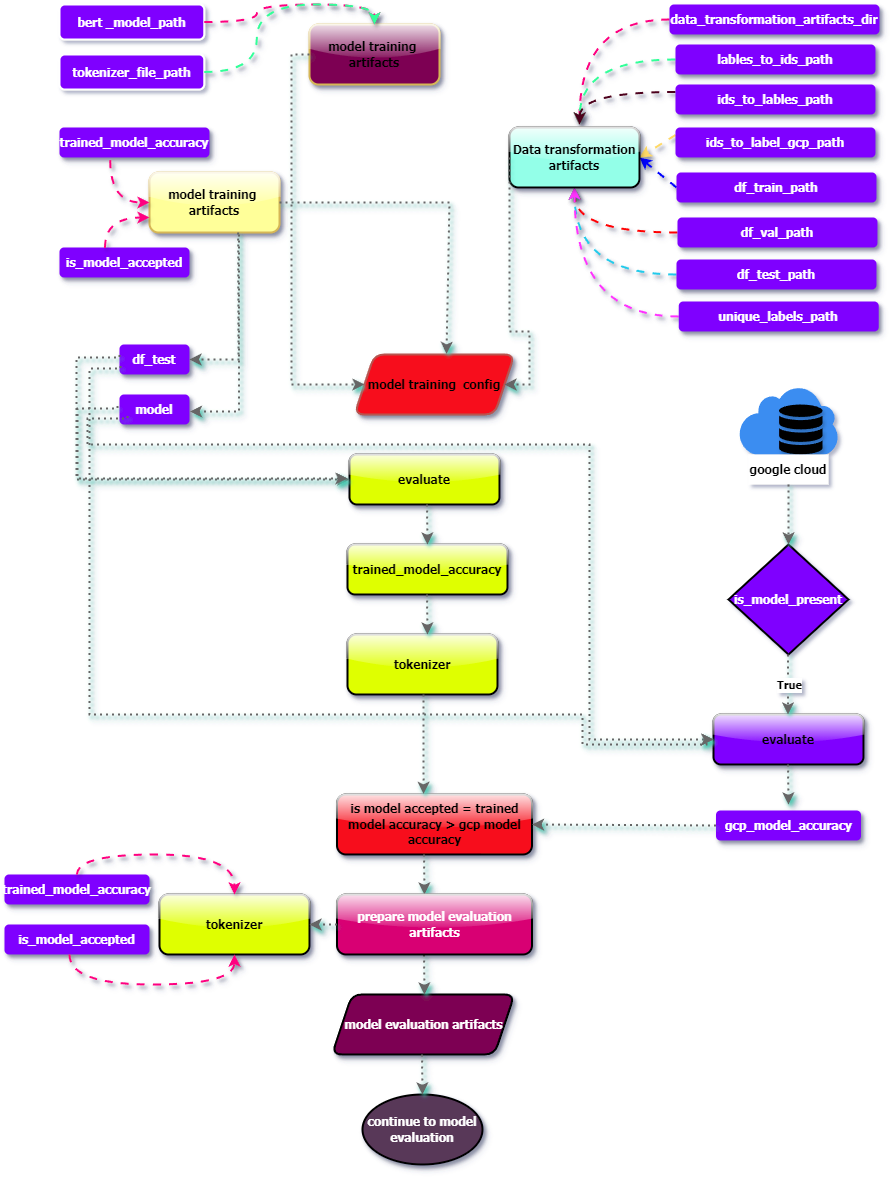
The draw.io diagram flow_charts/model_evaluation.png in AIWalaBro/Named_Entity_Recognition, before a commit. Source tidied: cells renumbered, new cells last; positions are measured from the earlier drawing's top-left corner, leaving out a move shared by most shapes.
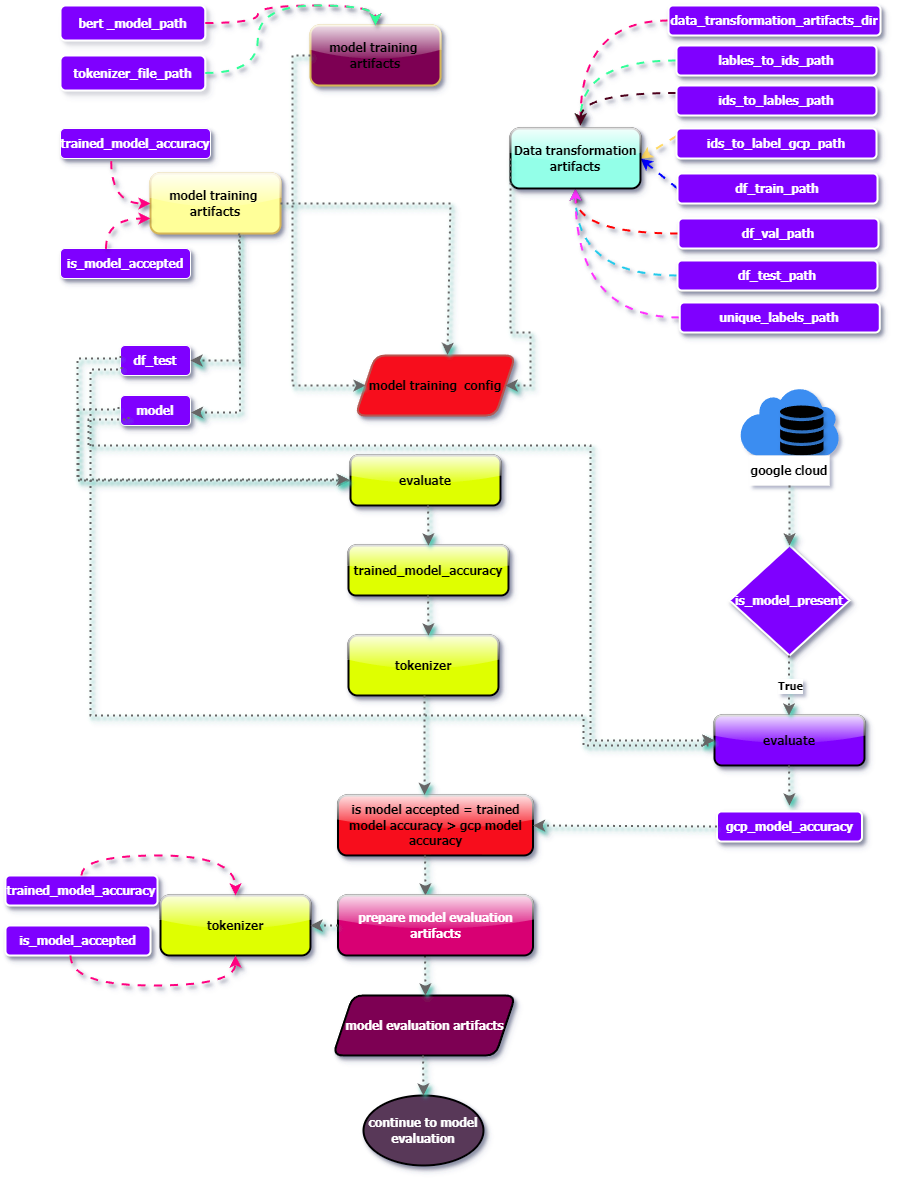
After the commit.

Diff of the diagram source:
```diff
@@ -2,10 +2,10 @@
   <root>
     <mxCell id="0" />
     <mxCell id="1" parent="0" />
-    <mxCell id="2" value="&lt;font face=&quot;Tahoma&quot; color=&quot;#ffffff&quot;&gt;&lt;b&gt;bert _model_path&lt;/b&gt;&lt;/font&gt;" style="rounded=1;whiteSpace=wrap;html=1;strokeWidth=2;fillColor=#7F00FF;strokeColor=#FFFFFF;" parent="1" vertex="1">
+    <mxCell id="2" value="&lt;font face=&quot;Tahoma&quot; color=&quot;#ffffff&quot;&gt;&lt;b&gt;bert _model_path&lt;/b&gt;&lt;/font&gt;" style="rounded=1;whiteSpace=wrap;html=1;strokeWidth=2;fillColor=#7F00FF;strokeColor=#FFFFFF;shadow=1;shadowColor=#FFFFFF;" parent="1" vertex="1">
       <mxGeometry x="55" width="144.8" height="35" as="geometry" />
     </mxCell>
-    <mxCell id="3" value="&lt;font face=&quot;Tahoma&quot; color=&quot;#ffffff&quot;&gt;&lt;b&gt;tokenizer_file_path&lt;/b&gt;&lt;/font&gt;" style="rounded=1;whiteSpace=wrap;html=1;strokeWidth=2;fillColor=#7F00FF;strokeColor=#FFFFFF;" parent="1" vertex="1">
+    <mxCell id="3" value="&lt;font face=&quot;Tahoma&quot; color=&quot;#ffffff&quot;&gt;&lt;b&gt;tokenizer_file_path&lt;/b&gt;&lt;/font&gt;" style="rounded=1;whiteSpace=wrap;html=1;strokeWidth=2;fillColor=#7F00FF;strokeColor=#FFFFFF;shadow=1;shadowColor=#FFFFFF;" parent="1" vertex="1">
       <mxGeometry x="55" y="50" width="144.8" height="35" as="geometry" />
     </mxCell>
     <mxCell id="4" value="&lt;span&gt;&lt;font style=&quot;&quot; face=&quot;Tahoma&quot;&gt;&lt;b&gt;model training&amp;nbsp; artifacts&lt;/b&gt;&lt;/font&gt;&lt;/span&gt;" style="rounded=1;whiteSpace=wrap;html=1;strokeWidth=2;fillColor=#7D0552;strokeColor=#d6b656;shadow=1;glass=1;" parent="1" vertex="1">
@@ -19,15 +19,15 @@
         <mxPoint x="575" y="120" as="targetPoint" />
       </mxGeometry>
     </mxCell>
-    <mxCell id="7" value="&lt;font color=&quot;#ffffff&quot;&gt;data_transformation_artifacts_dir&lt;/font&gt;" style="text;html=1;align=center;verticalAlign=middle;whiteSpace=wrap;rounded=1;fillColor=#7F00FF;shadow=1;glass=0;fontFamily=Tahoma;fontStyle=1;" parent="1" vertex="1">
-      <mxGeometry x="665" width="210" height="30" as="geometry" />
+    <mxCell id="7" value="&lt;font color=&quot;#ffffff&quot;&gt;data_transformation_artifacts_dir&lt;/font&gt;" style="text;html=1;align=center;verticalAlign=middle;whiteSpace=wrap;rounded=1;fillColor=#7F00FF;shadow=1;glass=0;fontFamily=Tahoma;fontStyle=1;shadowColor=#000000;strokeColor=#FFFFFF;strokeWidth=2;" parent="1" vertex="1">
+      <mxGeometry x="663" width="212" height="30" as="geometry" />
     </mxCell>
     <mxCell id="8" style="edgeStyle=orthogonalEdgeStyle;curved=1;rounded=0;jettySize=auto;html=1;exitX=0;exitY=0.5;exitDx=0;exitDy=0;strokeWidth=2;strokeColor=#33FF99;flowAnimation=1;shadow=1;" parent="1" edge="1" source="9">
       <mxGeometry relative="1" as="geometry">
         <mxPoint x="575" y="120" as="targetPoint" />
       </mxGeometry>
     </mxCell>
-    <mxCell id="9" value="&lt;font color=&quot;#ffffff&quot;&gt;lables_to_ids_path&lt;/font&gt;" style="text;html=1;align=center;verticalAlign=middle;whiteSpace=wrap;rounded=1;fillColor=#7F00FF;shadow=1;glass=0;fontFamily=Tahoma;fontStyle=1;" parent="1" vertex="1">
+    <mxCell id="9" value="&lt;font color=&quot;#ffffff&quot;&gt;lables_to_ids_path&lt;/font&gt;" style="text;html=1;align=center;verticalAlign=middle;whiteSpace=wrap;rounded=1;fillColor=#7F00FF;shadow=1;glass=0;fontFamily=Tahoma;fontStyle=1;shadowColor=#000000;strokeColor=#FFFFFF;strokeWidth=2;" parent="1" vertex="1">
       <mxGeometry x="671" y="40" width="200" height="30" as="geometry" />
     </mxCell>
     <mxCell id="10" style="edgeStyle=orthogonalEdgeStyle;curved=1;rounded=0;jettySize=auto;html=1;exitX=0;exitY=0.25;exitDx=0;exitDy=0;strokeWidth=2;strokeColor=#4D051C;flowAnimation=1;shadow=1;" parent="1" edge="1" source="11">
@@ -35,7 +35,7 @@
         <mxPoint x="575" y="120" as="targetPoint" />
       </mxGeometry>
     </mxCell>
-    <mxCell id="11" value="&lt;font color=&quot;#ffffff&quot;&gt;ids_to_lables_path&lt;/font&gt;" style="text;html=1;align=center;verticalAlign=middle;whiteSpace=wrap;rounded=1;fillColor=#7F00FF;shadow=1;glass=0;fontFamily=Tahoma;fontStyle=1;" parent="1" vertex="1">
+    <mxCell id="11" value="&lt;font color=&quot;#ffffff&quot;&gt;ids_to_lables_path&lt;/font&gt;" style="text;html=1;align=center;verticalAlign=middle;whiteSpace=wrap;rounded=1;fillColor=#7F00FF;shadow=1;glass=0;fontFamily=Tahoma;fontStyle=1;shadowColor=#000000;strokeColor=#FFFFFF;strokeWidth=2;" parent="1" vertex="1">
       <mxGeometry x="671" y="80" width="200" height="30" as="geometry" />
     </mxCell>
     <mxCell id="12" style="edgeStyle=none;rounded=0;jettySize=auto;html=1;exitX=0;exitY=0.25;exitDx=0;exitDy=0;entryX=1;entryY=0.5;entryDx=0;entryDy=0;strokeWidth=2;strokeColor=#FFD966;flowAnimation=1;shadow=1;" parent="1" edge="1" source="13">
@@ -43,7 +43,7 @@
         <mxPoint x="635" y="153" as="targetPoint" />
       </mxGeometry>
     </mxCell>
-    <mxCell id="13" value="&lt;font color=&quot;#ffffff&quot;&gt;ids_to_label_gcp_path&lt;/font&gt;" style="text;html=1;align=center;verticalAlign=middle;whiteSpace=wrap;rounded=1;fillColor=#7F00FF;shadow=1;glass=0;fontFamily=Tahoma;fontStyle=1;" parent="1" vertex="1">
+    <mxCell id="13" value="&lt;font color=&quot;#ffffff&quot;&gt;ids_to_label_gcp_path&lt;/font&gt;" style="text;html=1;align=center;verticalAlign=middle;whiteSpace=wrap;rounded=1;fillColor=#7F00FF;shadow=1;glass=0;fontFamily=Tahoma;fontStyle=1;shadowColor=#000000;strokeColor=#FFFFFF;strokeWidth=2;" parent="1" vertex="1">
       <mxGeometry x="671" y="123" width="200" height="30" as="geometry" />
     </mxCell>
     <mxCell id="14" style="edgeStyle=none;rounded=0;jettySize=auto;html=1;exitX=0;exitY=0.5;exitDx=0;exitDy=0;entryX=1;entryY=0.5;entryDx=0;entryDy=0;strokeWidth=2;strokeColor=#0000FF;flowAnimation=1;shadow=1;" parent="1" edge="1" source="15">
@@ -51,7 +51,7 @@
         <mxPoint x="635" y="153" as="targetPoint" />
       </mxGeometry>
     </mxCell>
-    <mxCell id="15" value="&lt;font color=&quot;#ffffff&quot;&gt;df_train_path&lt;/font&gt;" style="text;html=1;align=center;verticalAlign=middle;whiteSpace=wrap;rounded=1;fillColor=#7F00FF;shadow=1;glass=0;fontFamily=Tahoma;fontStyle=1;" parent="1" vertex="1">
+    <mxCell id="15" value="&lt;font color=&quot;#ffffff&quot;&gt;df_train_path&lt;/font&gt;" style="text;html=1;align=center;verticalAlign=middle;whiteSpace=wrap;rounded=1;fillColor=#7F00FF;shadow=1;glass=0;fontFamily=Tahoma;fontStyle=1;shadowColor=#000000;strokeColor=#FFFFFF;strokeWidth=2;" parent="1" vertex="1">
       <mxGeometry x="672" y="168" width="200" height="30" as="geometry" />
     </mxCell>
     <mxCell id="16" style="edgeStyle=orthogonalEdgeStyle;curved=1;rounded=0;jettySize=auto;html=1;exitX=0;exitY=0.5;exitDx=0;exitDy=0;entryX=0.5;entryY=1;entryDx=0;entryDy=0;strokeWidth=2;strokeColor=#FF0000;flowAnimation=1;shadow=1;" parent="1" edge="1" source="17">
@@ -59,7 +59,7 @@
         <mxPoint x="570" y="183" as="targetPoint" />
       </mxGeometry>
     </mxCell>
-    <mxCell id="17" value="&lt;font color=&quot;#ffffff&quot;&gt;df_val_path&lt;/font&gt;" style="text;html=1;align=center;verticalAlign=middle;whiteSpace=wrap;rounded=1;fillColor=#7F00FF;shadow=1;glass=0;fontFamily=Tahoma;fontStyle=1;" parent="1" vertex="1">
+    <mxCell id="17" value="&lt;font color=&quot;#ffffff&quot;&gt;df_val_path&lt;/font&gt;" style="text;html=1;align=center;verticalAlign=middle;whiteSpace=wrap;rounded=1;fillColor=#7F00FF;shadow=1;glass=0;fontFamily=Tahoma;fontStyle=1;shadowColor=#000000;strokeColor=#FFFFFF;strokeWidth=2;" parent="1" vertex="1">
       <mxGeometry x="673" y="213" width="200" height="30" as="geometry" />
     </mxCell>
     <mxCell id="18" style="edgeStyle=orthogonalEdgeStyle;curved=1;rounded=0;jettySize=auto;html=1;exitX=0;exitY=0.5;exitDx=0;exitDy=0;entryX=0.5;entryY=1;entryDx=0;entryDy=0;strokeWidth=2;strokeColor=#23CAEB;flowAnimation=1;shadow=1;" parent="1" edge="1" source="19">
@@ -67,7 +67,7 @@
         <mxPoint x="570" y="183" as="targetPoint" />
       </mxGeometry>
     </mxCell>
-    <mxCell id="19" value="&lt;font color=&quot;#ffffff&quot;&gt;df_test_path&lt;/font&gt;" style="text;html=1;align=center;verticalAlign=middle;whiteSpace=wrap;rounded=1;fillColor=#7F00FF;shadow=1;glass=0;fontFamily=Tahoma;fontStyle=1;" parent="1" vertex="1">
+    <mxCell id="19" value="&lt;font color=&quot;#ffffff&quot;&gt;df_test_path&lt;/font&gt;" style="text;html=1;align=center;verticalAlign=middle;whiteSpace=wrap;rounded=1;fillColor=#7F00FF;shadow=1;glass=0;fontFamily=Tahoma;fontStyle=1;shadowColor=#000000;strokeColor=#FFFFFF;strokeWidth=2;" parent="1" vertex="1">
       <mxGeometry x="672" y="255" width="200" height="30" as="geometry" />
     </mxCell>
     <mxCell id="20" style="edgeStyle=orthogonalEdgeStyle;curved=1;rounded=0;jettySize=auto;html=1;exitX=0;exitY=0.5;exitDx=0;exitDy=0;entryX=0.5;entryY=1;entryDx=0;entryDy=0;strokeWidth=2;strokeColor=#FF33FF;flowAnimation=1;shadow=1;" parent="1" edge="1" source="21">
@@ -75,7 +75,7 @@
         <mxPoint x="570" y="183" as="targetPoint" />
       </mxGeometry>
     </mxCell>
-    <mxCell id="21" value="&lt;font color=&quot;#ffffff&quot;&gt;unique_labels_path&lt;/font&gt;" style="text;html=1;align=center;verticalAlign=middle;whiteSpace=wrap;rounded=1;fillColor=#7F00FF;shadow=1;glass=0;fontFamily=Tahoma;fontStyle=1;" parent="1" vertex="1">
+    <mxCell id="21" value="&lt;font color=&quot;#ffffff&quot;&gt;unique_labels_path&lt;/font&gt;" style="text;html=1;align=center;verticalAlign=middle;whiteSpace=wrap;rounded=1;fillColor=#7F00FF;shadow=1;glass=0;fontFamily=Tahoma;fontStyle=1;shadowColor=#000000;strokeColor=#FFFFFF;strokeWidth=2;" parent="1" vertex="1">
       <mxGeometry x="674.2" y="297" width="200" height="30" as="geometry" />
     </mxCell>
     <mxCell id="22" value="&lt;span&gt;&lt;font style=&quot;&quot; face=&quot;Tahoma&quot;&gt;&lt;b&gt;Data transformation artifacts&lt;/b&gt;&lt;/font&gt;&lt;/span&gt;" style="rounded=1;whiteSpace=wrap;html=1;strokeWidth=2;fillColor=#93FFE8;glass=1;shadow=1;" parent="1" vertex="1">
@@ -90,10 +90,10 @@
     <mxCell id="25" value="&lt;span&gt;&lt;font style=&quot;&quot; face=&quot;Tahoma&quot;&gt;&lt;b&gt;model training&amp;nbsp; artifacts&lt;/b&gt;&lt;/font&gt;&lt;/span&gt;" style="rounded=1;whiteSpace=wrap;html=1;strokeWidth=2;fillColor=#FFFF99;strokeColor=#d6b656;shadow=1;glass=1;" parent="1" vertex="1">
       <mxGeometry x="145" y="168" width="130" height="60" as="geometry" />
     </mxCell>
-    <mxCell id="26" value="&lt;font color=&quot;#ffffff&quot;&gt;trained_model_accuracy&lt;/font&gt;" style="text;html=1;align=center;verticalAlign=middle;whiteSpace=wrap;rounded=1;fillColor=#7F00FF;shadow=1;glass=0;fontFamily=Tahoma;fontStyle=1;" parent="1" vertex="1">
+    <mxCell id="26" value="&lt;font color=&quot;#ffffff&quot;&gt;trained_model_accuracy&lt;/font&gt;" style="text;html=1;align=center;verticalAlign=middle;whiteSpace=wrap;rounded=1;fillColor=#7F00FF;shadow=1;glass=0;fontFamily=Tahoma;fontStyle=1;shadowColor=#000000;strokeColor=#FFFFFF;" parent="1" vertex="1">
       <mxGeometry x="55" y="123" width="150" height="30" as="geometry" />
     </mxCell>
-    <mxCell id="27" value="&lt;font color=&quot;#ffffff&quot;&gt;is_model_accepted&lt;/font&gt;" style="text;html=1;align=center;verticalAlign=middle;whiteSpace=wrap;rounded=1;fillColor=#7F00FF;shadow=1;glass=0;fontFamily=Tahoma;fontStyle=1;" parent="1" vertex="1">
+    <mxCell id="27" value="&lt;font color=&quot;#ffffff&quot;&gt;is_model_accepted&lt;/font&gt;" style="text;html=1;align=center;verticalAlign=middle;whiteSpace=wrap;rounded=1;fillColor=#7F00FF;shadow=1;glass=0;fontFamily=Tahoma;fontStyle=1;shadowColor=#000000;strokeColor=#FFFFFF;" parent="1" vertex="1">
       <mxGeometry x="55" y="243" width="130" height="30" as="geometry" />
     </mxCell>
     <mxCell id="28" style="edgeStyle=orthogonalEdgeStyle;curved=1;rounded=0;jettySize=auto;html=1;strokeWidth=2;strokeColor=#FF0080;flowAnimation=1;shadow=1;entryX=0;entryY=0.5;entryDx=0;entryDy=0;exitX=0.338;exitY=1.089;exitDx=0;exitDy=0;exitPerimeter=0;" parent="1" edge="1" source="26" target="25">
@@ -126,10 +126,10 @@
     <mxCell id="34" style="edgeStyle=orthogonalEdgeStyle;curved=1;rounded=0;jettySize=auto;html=1;strokeWidth=2;strokeColor=#FF0080;flowAnimation=1;shadow=1;entryX=0;entryY=0.75;entryDx=0;entryDy=0;exitX=0.349;exitY=0.011;exitDx=0;exitDy=0;exitPerimeter=0;" parent="1" edge="1" source="27" target="25">
       <mxGeometry relative="1" as="geometry" />
     </mxCell>
-    <mxCell id="35" value="&lt;font color=&quot;#ffffff&quot;&gt;df_test&lt;/font&gt;" style="text;html=1;align=center;verticalAlign=middle;whiteSpace=wrap;rounded=1;fillColor=#7F00FF;shadow=1;glass=0;fontFamily=Tahoma;fontStyle=1;" parent="1" vertex="1">
+    <mxCell id="35" value="&lt;font color=&quot;#ffffff&quot;&gt;df_test&lt;/font&gt;" style="text;html=1;align=center;verticalAlign=middle;whiteSpace=wrap;rounded=1;fillColor=#7F00FF;shadow=1;glass=0;fontFamily=Tahoma;fontStyle=1;shadowColor=#000000;strokeColor=#FFFFFF;" parent="1" vertex="1">
       <mxGeometry x="115" y="340" width="70" height="30" as="geometry" />
     </mxCell>
-    <mxCell id="36" value="&lt;font color=&quot;#ffffff&quot;&gt;model&lt;/font&gt;" style="text;html=1;align=center;verticalAlign=middle;whiteSpace=wrap;rounded=1;fillColor=#7F00FF;shadow=1;glass=0;fontFamily=Tahoma;fontStyle=1;" parent="1" vertex="1">
+    <mxCell id="36" value="&lt;font color=&quot;#ffffff&quot;&gt;model&lt;/font&gt;" style="text;html=1;align=center;verticalAlign=middle;whiteSpace=wrap;rounded=1;fillColor=#7F00FF;shadow=1;glass=0;fontFamily=Tahoma;fontStyle=1;shadowColor=#000000;strokeColor=#FFFFFF;" parent="1" vertex="1">
       <mxGeometry x="115" y="390" width="70" height="30" as="geometry" />
     </mxCell>
     <mxCell id="37" style="edgeStyle=none;rounded=0;jettySize=auto;html=1;exitX=0.682;exitY=1;exitDx=0;exitDy=0;entryX=1;entryY=0.5;entryDx=0;entryDy=0;strokeWidth=2;dashed=1;dashPattern=1 2;shadow=1;flowAnimation=1;strokeColor=#666666;shadowColor=#48C9B0;shadowOpacity=100;exitPerimeter=0;" parent="1" edge="1" source="25" target="35">
@@ -186,7 +186,7 @@
     <mxCell id="44" value="&lt;font face=&quot;Tahoma&quot;&gt;&lt;b&gt;google cloud&lt;/b&gt;&lt;/font&gt;" style="text;strokeColor=none;align=center;fillColor=default;html=1;verticalAlign=middle;whiteSpace=wrap;rounded=0;" parent="1" vertex="1">
       <mxGeometry x="744" y="450" width="80" height="30" as="geometry" />
     </mxCell>
-    <mxCell id="45" value="&lt;font color=&quot;#ffffff&quot; face=&quot;Tahoma&quot;&gt;&lt;b&gt;is_model_present&lt;/b&gt;&lt;/font&gt;" style="rhombus;whiteSpace=wrap;html=1;strokeWidth=2;fillColor=#7F00FF;" parent="1" vertex="1">
+    <mxCell id="45" value="&lt;font color=&quot;#ffffff&quot; face=&quot;Tahoma&quot;&gt;&lt;b&gt;is_model_present&lt;/b&gt;&lt;/font&gt;" style="rhombus;whiteSpace=wrap;html=1;strokeWidth=2;fillColor=#7F00FF;strokeColor=#FFFFFF;shadow=1;shadowColor=#000000;" parent="1" vertex="1">
       <mxGeometry x="724" y="540" width="120" height="110" as="geometry" />
     </mxCell>
     <mxCell id="46" style="edgeStyle=none;rounded=0;jettySize=auto;html=1;exitX=0.5;exitY=1;exitDx=0;exitDy=0;entryX=0.5;entryY=0;entryDx=0;entryDy=0;strokeWidth=2;dashed=1;dashPattern=1 2;shadow=1;flowAnimation=1;strokeColor=#666666;shadowColor=#48C9B0;shadowOpacity=100;" parent="1" edge="1" source="44" target="45">
@@ -232,7 +232,7 @@
         </Array>
       </mxGeometry>
     </mxCell>
-    <mxCell id="52" value="&lt;font color=&quot;#ffffff&quot;&gt;gcp_model_accuracy&lt;/font&gt;" style="text;html=1;align=center;verticalAlign=middle;whiteSpace=wrap;rounded=1;fillColor=#7F00FF;shadow=1;glass=0;fontFamily=Tahoma;fontStyle=1;" parent="1" vertex="1">
+    <mxCell id="52" value="&lt;font color=&quot;#ffffff&quot;&gt;gcp_model_accuracy&lt;/font&gt;" style="text;html=1;align=center;verticalAlign=middle;whiteSpace=wrap;rounded=1;fillColor=#7F00FF;shadow=1;glass=0;fontFamily=Tahoma;fontStyle=1;shadowColor=#000000;strokeColor=#FFFFFF;strokeWidth=2;" parent="1" vertex="1">
       <mxGeometry x="711.5" y="806" width="145" height="30" as="geometry" />
     </mxCell>
     <mxCell id="53" value="&lt;span style=&quot;color: rgb(0, 0, 0); font-family: Tahoma; font-weight: 700;&quot;&gt;is model accepted = trained model accuracy &amp;gt; gcp model accuracy&lt;/span&gt;" style="rounded=1;whiteSpace=wrap;html=1;strokeWidth=2;fillColor=#F70D1A;fontColor=#ffffff;strokeColor=#000000;shadow=1;glass=1;" parent="1" vertex="1">
@@ -281,10 +281,10 @@
         <mxPoint x="420" y="990" as="targetPoint" />
       </mxGeometry>
     </mxCell>
-    <mxCell id="63" value="&lt;font color=&quot;#ffffff&quot;&gt;trained_model_accuracy&lt;/font&gt;" style="text;html=1;align=center;verticalAlign=middle;whiteSpace=wrap;rounded=1;fillColor=#7F00FF;shadow=1;glass=0;fontFamily=Tahoma;fontStyle=1;" parent="1" vertex="1">
-      <mxGeometry y="870" width="145" height="30" as="geometry" />
+    <mxCell id="63" value="&lt;font color=&quot;#ffffff&quot;&gt;trained_model_accuracy&lt;/font&gt;" style="text;html=1;align=center;verticalAlign=middle;whiteSpace=wrap;rounded=1;fillColor=#7F00FF;shadow=1;glass=0;fontFamily=Tahoma;fontStyle=1;shadowColor=#000000;strokeColor=#FFFFFF;strokeWidth=2;" parent="1" vertex="1">
+      <mxGeometry y="870" width="152" height="30" as="geometry" />
     </mxCell>
-    <mxCell id="64" value="&lt;font color=&quot;#ffffff&quot;&gt;is_model_accepted&lt;/font&gt;" style="text;html=1;align=center;verticalAlign=middle;whiteSpace=wrap;rounded=1;fillColor=#7F00FF;shadow=1;glass=0;fontFamily=Tahoma;fontStyle=1;" parent="1" vertex="1">
+    <mxCell id="64" value="&lt;font color=&quot;#ffffff&quot;&gt;is_model_accepted&lt;/font&gt;" style="text;html=1;align=center;verticalAlign=middle;whiteSpace=wrap;rounded=1;fillColor=#7F00FF;shadow=1;glass=0;fontFamily=Tahoma;fontStyle=1;shadowColor=#000000;strokeColor=#FFFFFF;strokeWidth=2;" parent="1" vertex="1">
       <mxGeometry y="920" width="145" height="30" as="geometry" />
     </mxCell>
     <mxCell id="65" value="&lt;b&gt;&lt;font face=&quot;Tahoma&quot;&gt;prepare model evaluation artifacts&lt;/font&gt;&lt;/b&gt;" style="rounded=1;whiteSpace=wrap;html=1;strokeWidth=2;fillColor=#d80073;fontColor=#ffffff;strokeColor=#000000;shadow=1;glass=1;" parent="1" vertex="1">
```
